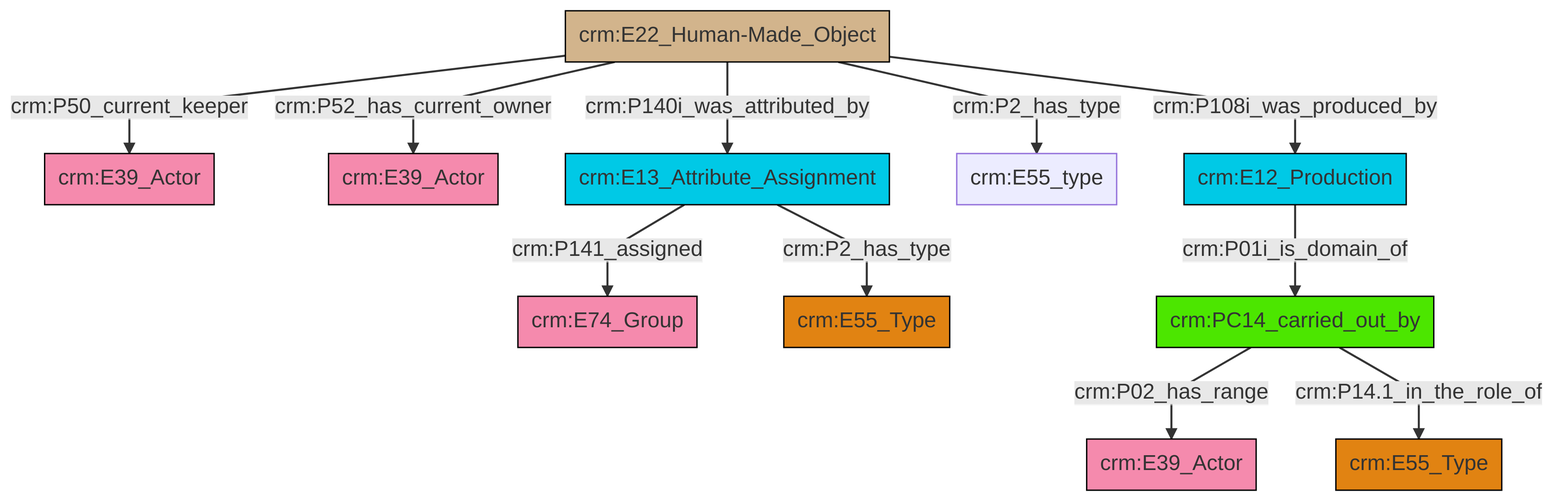
Earlier version of the Mermaid export et/artworkCSV/ttl/mmd/png/Artwork_Actor_Relations.png (swiss-art-research-net/reference-data-models). Its source is kept beside it as et/artworkCSV/ttl/mmd/Artwork_Actor_Relations.ttl.mmd.
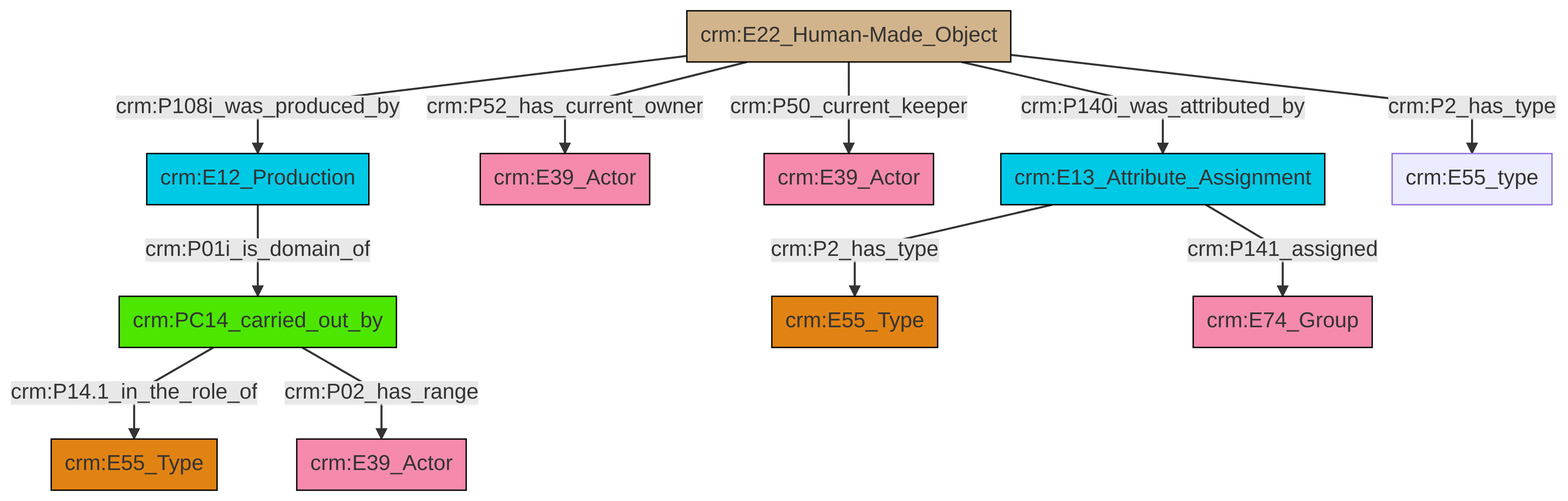
The same diagram one commit later.

Change to the diagram source:
```diff
@@ -13,13 +13,13 @@
 classDef PC_Classes fill:#4ce600, stroke:#000000;
 classDef Multi fill:#cccccc,stroke:#000000;
 
-2["crm:E22_Human-Made_Object"]:::Physical_Thing -->|crm:P52_has_current_owner| 3["crm:E39_Actor"]:::Actor
-4["crm:E13_Attribute_Assignment"]:::Temporal_Entity -->|crm:P141_assigned| 7["crm:E74_Group"]:::Actor
-2["crm:E22_Human-Made_Object"]:::Physical_Thing -->|crm:P2_has_type| 8["crm:E55_type"]:::Default
-4["crm:E13_Attribute_Assignment"]:::Temporal_Entity -->|crm:P2_has_type| 9["crm:E55_Type"]:::Type
-10["crm:PC14_carried_out_by"]:::PC_Classes -->|crm:P02_has_range| 11["crm:E39_Actor"]:::Actor
-2["crm:E22_Human-Made_Object"]:::Physical_Thing -->|crm:P140i_was_attributed_by| 4["crm:E13_Attribute_Assignment"]:::Temporal_Entity
-10["crm:PC14_carried_out_by"]:::PC_Classes -->|crm:P14.1_in_the_role_of| 14["crm:E55_Type"]:::Type
-2["crm:E22_Human-Made_Object"]:::Physical_Thing -->|crm:P50_current_keeper| 0["crm:E39_Actor"]:::Actor
-2["crm:E22_Human-Made_Object"]:::Physical_Thing -->|crm:P108i_was_produced_by| 16["crm:E12_Production"]:::Temporal_Entity
-16["crm:E12_Production"]:::Temporal_Entity -->|crm:P01i_is_domain_of| 10["crm:PC14_carried_out_by"]:::PC_Classes
+6["crm:E22_Human-Made_Object"]:::Physical_Thing -->|crm:P140i_was_attributed_by| 2["crm:E13_Attribute_Assignment"]:::Temporal_Entity
+6["crm:E22_Human-Made_Object"]:::Physical_Thing -->|crm:P50_current_keeper| 7["crm:E39_Actor"]:::Actor
+6["crm:E22_Human-Made_Object"]:::Physical_Thing -->|crm:P108i_was_produced_by| 8["crm:E12_Production"]:::Temporal_Entity
+8["crm:E12_Production"]:::Temporal_Entity -->|crm:P01i_is_domain_of| 9["crm:PC14_carried_out_by"]:::PC_Classes
+2["crm:E13_Attribute_Assignment"]:::Temporal_Entity -->|crm:P2_has_type| 13["crm:E55_Type"]:::Type
+6["crm:E22_Human-Made_Object"]:::Physical_Thing -->|crm:P2_has_type| 14["crm:E55_type"]:::Default
+2["crm:E13_Attribute_Assignment"]:::Temporal_Entity -->|crm:P141_assigned| 18["crm:E74_Group"]:::Actor
+9["crm:PC14_carried_out_by"]:::PC_Classes -->|crm:P14.1_in_the_role_of| 11["crm:E55_Type"]:::Type
+9["crm:PC14_carried_out_by"]:::PC_Classes -->|crm:P02_has_range| 0["crm:E39_Actor"]:::Actor
+6["crm:E22_Human-Made_Object"]:::Physical_Thing -->|crm:P52_has_current_owner| 4["crm:E39_Actor"]:::Actor
```
